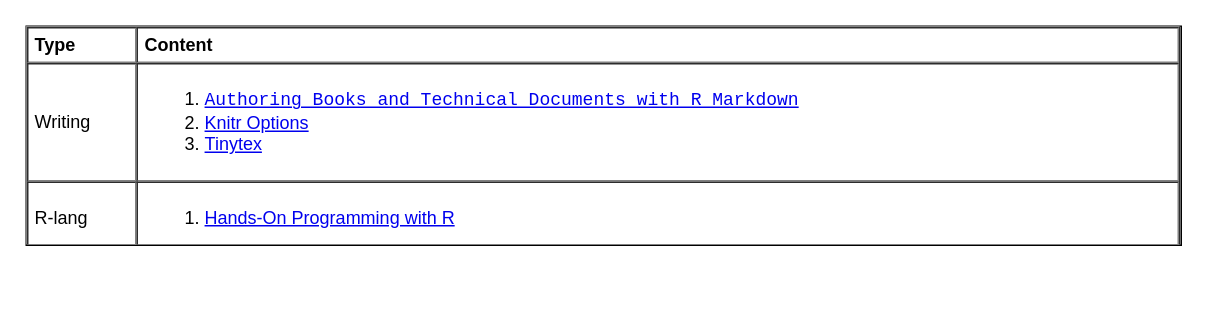
yangdj/tf_docs keeps this draw.io diagram as page "References" (8 of 8) of languages/R/R.drawio. Above is the earlier version. Source tidied: cells renumbered, new cells numbered last; positions are measured from the earlier drawing's top-left corner, leaving out a move shared by most shapes. Both pictures are drawn from the tidied source at 150%, with x=0, y=0 at pixel (26, 26).
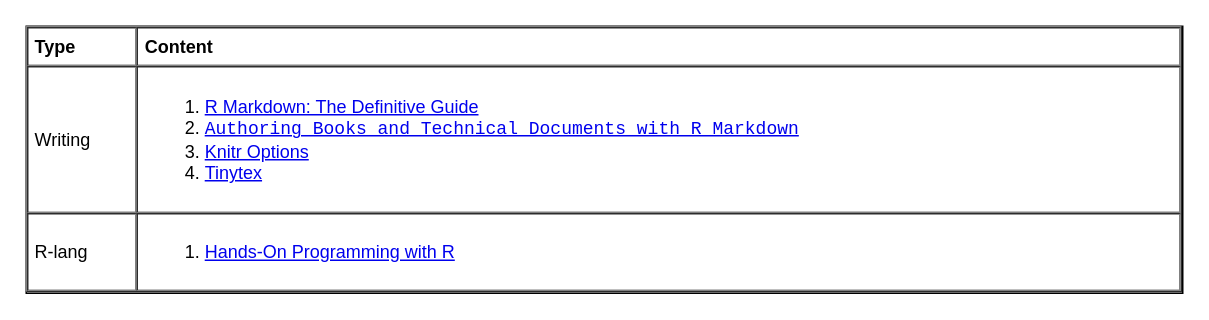
The same page after the edit.

Change to the diagram source:
```diff
@@
 <mxGraphModel>
   <root>
     <mxCell id="0" />
     <mxCell id="1" parent="0" />
-    <mxCell id="2" value="&lt;table cellpadding=&quot;4&quot; cellspacing=&quot;0&quot; border=&quot;1&quot; style=&quot;font-size: 1em ; width: 100% ; height: 100%&quot;&gt;&lt;tbody&gt;&lt;tr&gt;&lt;th&gt;Type&lt;/th&gt;&lt;th&gt;Content&lt;/th&gt;&lt;/tr&gt;&lt;tr&gt;&lt;td&gt;Writing&lt;/td&gt;&lt;td&gt;&lt;ol&gt;&lt;li&gt;&lt;font face=&quot;Courier New&quot;&gt;&lt;a href=&quot;https://bookdown.org/yihui/bookdown/get-started.html&quot;&gt;Authoring Books and Technical Documents with R Markdown&lt;/a&gt;&lt;/font&gt;&lt;br&gt;&lt;/li&gt;&lt;li&gt;&lt;a href=&quot;https://yihui.org/knitr/options/&quot;&gt;Knitr Options&lt;/a&gt;&lt;/li&gt;&lt;li&gt;&lt;a href=&quot;https://yihui.org/tinytex/&quot;&gt;Tinytex&lt;/a&gt;&lt;/li&gt;&lt;/ol&gt;&lt;/td&gt;&lt;/tr&gt;&lt;tr&gt;&lt;td&gt;R-lang&lt;/td&gt;&lt;td&gt;&lt;ol&gt;&lt;li&gt;&lt;a href=&quot;https://rstudio-education.github.io/hopr/&quot;&gt;Hands-On Programming with R&lt;/a&gt;&lt;br&gt;&lt;/li&gt;&lt;/ol&gt;&lt;/td&gt;&lt;/tr&gt;&lt;/tbody&gt;&lt;/table&gt; " style="verticalAlign=top;align=left;overflow=fill;fontSize=12;fontFamily=Helvetica;html=1;fillColor=none;" parent="1" vertex="1">
-      <mxGeometry width="770" height="146" as="geometry" />
+    <mxCell id="2" value="&lt;table cellpadding=&quot;4&quot; cellspacing=&quot;0&quot; border=&quot;1&quot; style=&quot;font-size: 1em ; width: 100% ; height: 100%&quot;&gt;&lt;tbody&gt;&lt;tr&gt;&lt;th&gt;Type&lt;/th&gt;&lt;th&gt;Content&lt;/th&gt;&lt;/tr&gt;&lt;tr&gt;&lt;td&gt;Writing&lt;/td&gt;&lt;td&gt;&lt;ol&gt;&lt;li&gt;&lt;a href=&quot;https://bookdown.org/yihui/rmarkdown/&quot;&gt;R Markdown: The Definitive Guide&lt;br&gt;&lt;/a&gt;&lt;/li&gt;&lt;li&gt;&lt;font face=&quot;Courier New&quot;&gt;&lt;a href=&quot;https://bookdown.org/yihui/bookdown/get-started.html&quot;&gt;Authoring Books and Technical Documents with R Markdown&lt;/a&gt;&lt;/font&gt;&lt;br&gt;&lt;/li&gt;&lt;li&gt;&lt;a href=&quot;https://yihui.org/knitr/options/&quot;&gt;Knitr Options&lt;/a&gt;&lt;/li&gt;&lt;li&gt;&lt;a href=&quot;https://yihui.org/tinytex/&quot;&gt;Tinytex&lt;/a&gt;&lt;/li&gt;&lt;/ol&gt;&lt;/td&gt;&lt;/tr&gt;&lt;tr&gt;&lt;td&gt;R-lang&lt;/td&gt;&lt;td&gt;&lt;ol&gt;&lt;li&gt;&lt;a href=&quot;https://rstudio-education.github.io/hopr/&quot;&gt;Hands-On Programming with R&lt;/a&gt;&lt;br&gt;&lt;/li&gt;&lt;/ol&gt;&lt;/td&gt;&lt;/tr&gt;&lt;/tbody&gt;&lt;/table&gt; " style="verticalAlign=top;align=left;overflow=fill;fontSize=12;fontFamily=Helvetica;html=1;fillColor=none;" parent="1" vertex="1">
+      <mxGeometry width="771" height="178" as="geometry" />
     </mxCell>
   </root>
 </mxGraphModel>
```
